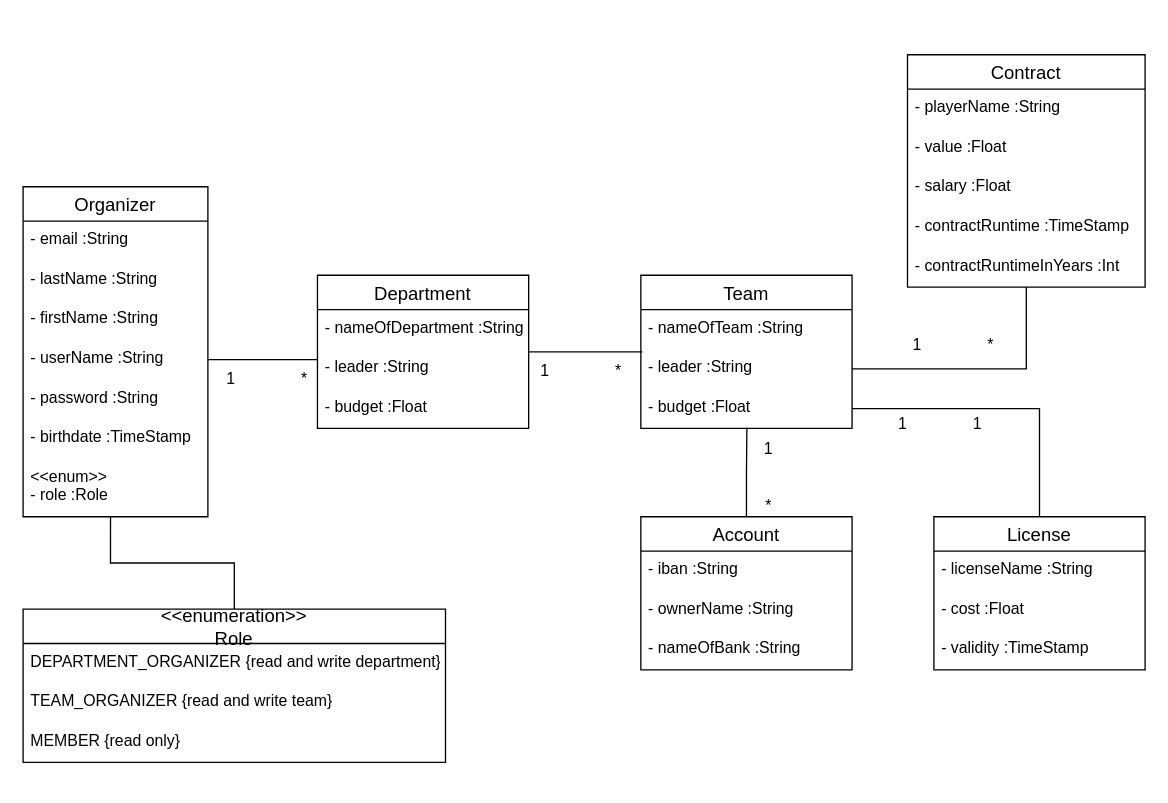
Earlier version of the draw.io diagram Documentation/Diagrams/domain_types.drawio (MJ7898/VereinsfinanzManager). Source tidied: cells renumbered, new cells numbered last; positions are measured from the earlier drawing's top-left corner, leaving out a move shared by most shapes. Both pictures are drawn from the tidied source at 132%, with x=0, y=0 at pixel (22, 54).
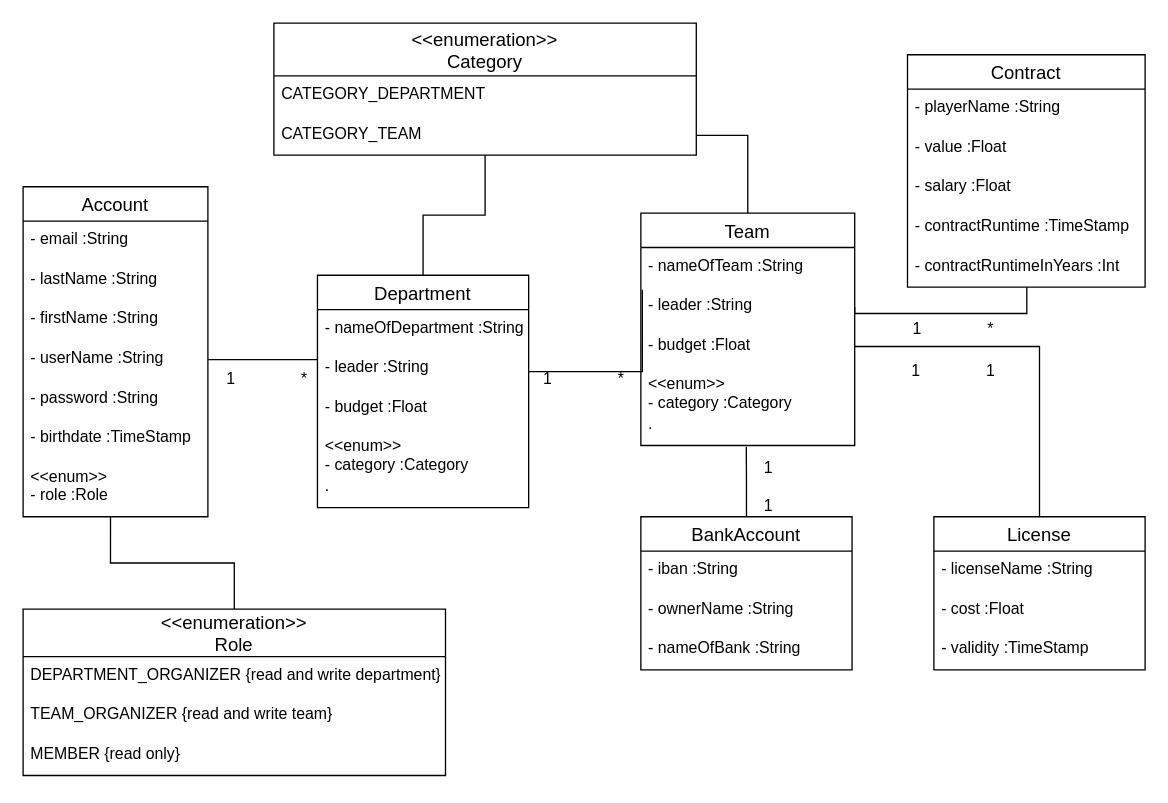
After the change.

Unchanged cells that the change refers to:
```xml
<mxCell id="25" value="Contract" style="swimlane;fontStyle=0;horizontal=1;startSize=26;align=center;fontSize=14;" parent="1" vertex="1">
  <mxGeometry x="670" width="180" height="176" as="geometry" />
</mxCell>
<mxCell id="30" value="- contractRuntimeInYears :Int" style="text;strokeColor=none;fillColor=none;spacingLeft=4;spacingRight=4;overflow=hidden;points=[[0,0.5],[1,0.5]];portConstraint=eastwest;fontSize=12;" parent="25" vertex="1">
  <mxGeometry y="146" width="180" height="30" as="geometry" />
</mxCell>
```

What changed in the source:
```diff
@@
-    <mxCell id="2" value="Organizer" style="swimlane;fontStyle=0;horizontal=1;startSize=26;align=center;fontSize=14;" parent="1" vertex="1">
+    <mxCell id="2" value="Account" style="swimlane;fontStyle=0;horizontal=1;startSize=26;align=center;fontSize=14;" parent="1" vertex="1">
       <mxGeometry y="100" width="140" height="250" as="geometry" />
     </mxCell>
@@
     <mxCell id="10" style="edgeStyle=orthogonalEdgeStyle;rounded=0;jettySize=auto;html=1;entryX=0.007;entryY=0.067;entryDx=0;entryDy=0;entryPerimeter=0;endArrow=none;endFill=0;" parent="1" edge="1" source="11" target="17">
-      <mxGeometry relative="1" as="geometry" />
+      <mxGeometry relative="1" as="geometry">
+        <Array as="points">
+          <mxPoint x="469" y="240" />
+        </Array>
+      </mxGeometry>
     </mxCell>
+    <mxCell id="47" style="edgeStyle=orthogonalEdgeStyle;rounded=0;jettySize=auto;html=1;entryX=0.5;entryY=1;entryDx=0;entryDy=0;endArrow=none;endFill=0;" parent="1" edge="1" source="11" target="53">
+      <mxGeometry relative="1" as="geometry" />
+    </mxCell>
     <mxCell id="11" value="Department" style="swimlane;fontStyle=0;horizontal=1;startSize=26;align=center;fontSize=14;" parent="1" vertex="1">
-      <mxGeometry x="223" y="167" width="160" height="116" as="geometry" />
+      <mxGeometry x="223" y="167" width="160" height="176" as="geometry" />
     </mxCell>
@@
+    <mxCell id="48" value="&lt;&lt;enum&gt;&gt;&#10;- category :Category" style="text;strokeColor=none;fillColor=none;spacingLeft=4;spacingRight=4;overflow=hidden;fontSize=12;" parent="11" vertex="1">
+      <mxGeometry y="116" width="160" height="30" as="geometry" />
+    </mxCell>
+    <mxCell id="49" value="." style="text;strokeColor=none;fillColor=none;spacingLeft=4;spacingRight=4;overflow=hidden;fontSize=12;" parent="11" vertex="1">
+      <mxGeometry y="146" width="160" height="30" as="geometry" />
+    </mxCell>
+    <mxCell id="50" style="edgeStyle=orthogonalEdgeStyle;rounded=0;jettySize=auto;html=1;entryX=1;entryY=0.5;entryDx=0;entryDy=0;endArrow=none;endFill=0;" parent="1" edge="1" source="15" target="55">
+      <mxGeometry relative="1" as="geometry" />
+    </mxCell>
     <mxCell id="15" value="Team" style="swimlane;fontStyle=0;horizontal=1;startSize=26;align=center;fontSize=14;" parent="1" vertex="1">
-      <mxGeometry x="468" y="167" width="160" height="116" as="geometry" />
+      <mxGeometry x="468" y="120" width="162" height="176" as="geometry" />
     </mxCell>
     <mxCell id="16" value="- nameOfTeam :String" style="text;strokeColor=none;fillColor=none;spacingLeft=4;spacingRight=4;overflow=hidden;fontSize=12;" parent="15" vertex="1">
-      <mxGeometry y="26" width="160" height="30" as="geometry" />
+      <mxGeometry y="26" width="162" height="30" as="geometry" />
     </mxCell>
     <mxCell id="17" value="- leader :String" style="text;strokeColor=none;fillColor=none;spacingLeft=4;spacingRight=4;overflow=hidden;points=[[0,0.5],[1,0.5]];portConstraint=eastwest;fontSize=12;" parent="15" vertex="1">
-      <mxGeometry y="56" width="160" height="30" as="geometry" />
+      <mxGeometry y="56" width="162" height="30" as="geometry" />
     </mxCell>
     <mxCell id="18" value="- budget :Float" style="text;strokeColor=none;fillColor=none;spacingLeft=4;spacingRight=4;overflow=hidden;points=[[0,0.5],[1,0.5]];portConstraint=eastwest;fontSize=12;" parent="15" vertex="1">
-      <mxGeometry y="86" width="160" height="30" as="geometry" />
+      <mxGeometry y="86" width="162" height="30" as="geometry" />
     </mxCell>
+    <mxCell id="51" value="&lt;&lt;enum&gt;&gt; &#10;- category :Category" style="text;strokeColor=none;fillColor=none;spacingLeft=4;spacingRight=4;overflow=hidden;fontSize=12;" parent="15" vertex="1">
+      <mxGeometry y="116" width="162" height="30" as="geometry" />
+    </mxCell>
+    <mxCell id="52" value="." style="text;strokeColor=none;fillColor=none;spacingLeft=4;spacingRight=4;overflow=hidden;points=[[0,0.5],[1,0.5]];portConstraint=eastwest;fontSize=12;" parent="15" vertex="1">
+      <mxGeometry y="146" width="162" height="30" as="geometry" />
+    </mxCell>
-    <mxCell id="19" style="edgeStyle=orthogonalEdgeStyle;rounded=0;jettySize=auto;html=1;entryX=0.502;entryY=0.983;entryDx=0;entryDy=0;entryPerimeter=0;endArrow=none;endFill=0;" parent="1" edge="1" source="20" target="18">
+    <mxCell id="19" style="edgeStyle=orthogonalEdgeStyle;rounded=0;jettySize=auto;html=1;endArrow=none;endFill=0;entryX=0.493;entryY=1.033;entryDx=0;entryDy=0;entryPerimeter=0;" parent="1" edge="1" source="20" target="52">
       <mxGeometry relative="1" as="geometry" />
     </mxCell>
-    <mxCell id="20" value="Account" style="swimlane;fontStyle=0;horizontal=1;startSize=26;align=center;fontSize=14;" parent="1" vertex="1">
+    <mxCell id="20" value="BankAccount" style="swimlane;fontStyle=0;horizontal=1;startSize=26;align=center;fontSize=14;" parent="1" vertex="1">
       <mxGeometry x="468" y="350" width="160" height="116" as="geometry" />
     </mxCell>
@@
-    <mxCell id="24" style="edgeStyle=orthogonalEdgeStyle;rounded=0;jettySize=auto;html=1;entryX=1;entryY=0.5;entryDx=0;entryDy=0;endArrow=none;endFill=0;" parent="1" edge="1" source="25" target="17">
-      <mxGeometry relative="1" as="geometry" />
+    <mxCell id="24" style="edgeStyle=orthogonalEdgeStyle;rounded=0;jettySize=auto;html=1;entryX=1;entryY=0.5;entryDx=0;entryDy=0;endArrow=none;endFill=0;exitX=0.502;exitY=1.006;exitDx=0;exitDy=0;exitPerimeter=0;" parent="1" edge="1" source="30" target="17">
+      <mxGeometry relative="1" as="geometry">
+        <Array as="points">
+          <mxPoint x="760" y="196" />
+          <mxPoint x="630" y="196" />
+        </Array>
+      </mxGeometry>
     </mxCell>
@@
-    <mxCell id="37" value="&lt;&lt;enumeration&gt;&gt;&#10;Role" style="swimlane;fontStyle=0;horizontal=1;startSize=26;align=center;fontSize=14;" parent="1" vertex="1">
-      <mxGeometry y="420" width="320" height="116" as="geometry" />
+    <mxCell id="37" value="&lt;&lt;enumeration&gt;&gt;&#10;Role" style="swimlane;fontStyle=0;horizontal=1;startSize=36;align=center;fontSize=14;" parent="1" vertex="1">
+      <mxGeometry y="420" width="320" height="126" as="geometry" />
     </mxCell>
     <mxCell id="38" value="DEPARTMENT_ORGANIZER {read and write department}" style="text;strokeColor=none;fillColor=none;spacingLeft=4;spacingRight=4;overflow=hidden;fontSize=12;" parent="37" vertex="1">
-      <mxGeometry y="26" width="320" height="30" as="geometry" />
+      <mxGeometry y="36" width="320" height="30" as="geometry" />
     </mxCell>
     <mxCell id="39" value="TEAM_ORGANIZER {read and write team}" style="text;strokeColor=none;fillColor=none;spacingLeft=4;spacingRight=4;overflow=hidden;fontSize=12;" parent="37" vertex="1">
-      <mxGeometry y="56" width="320" height="30" as="geometry" />
+      <mxGeometry y="66" width="320" height="30" as="geometry" />
     </mxCell>
     <mxCell id="40" value="MEMBER {read only}" style="text;strokeColor=none;fillColor=none;spacingLeft=4;spacingRight=4;overflow=hidden;fontSize=12;" parent="37" vertex="1">
-      <mxGeometry y="86" width="320" height="30" as="geometry" />
+      <mxGeometry y="96" width="320" height="30" as="geometry" />
     </mxCell>
@@
     <mxCell id="43" value="1&amp;nbsp; &amp;nbsp; &amp;nbsp; &amp;nbsp; &amp;nbsp; &amp;nbsp; &amp;nbsp; &amp;nbsp;*" style="text;html=1;strokeColor=none;fillColor=none;align=center;verticalAlign=middle;whiteSpace=wrap;rounded=0;" parent="1" vertex="1">
-      <mxGeometry x="388" y="230" width="70" height="20" as="geometry" />
+      <mxGeometry x="390" y="236" width="70" height="20" as="geometry" />
     </mxCell>
-    <mxCell id="44" value="1&lt;br&gt;&lt;br&gt;&lt;br&gt;*" style="text;html=1;strokeColor=none;fillColor=none;align=center;verticalAlign=middle;whiteSpace=wrap;rounded=0;" parent="1" vertex="1">
+    <mxCell id="44" value="&lt;br&gt;1&lt;br&gt;&lt;br&gt;1" style="text;html=1;strokeColor=none;fillColor=none;align=center;verticalAlign=middle;whiteSpace=wrap;rounded=0;" parent="1" vertex="1">
       <mxGeometry x="530" y="310" width="70" height="20" as="geometry" />
     </mxCell>
     <mxCell id="45" value="1&amp;nbsp; &amp;nbsp; &amp;nbsp; &amp;nbsp; &amp;nbsp; &amp;nbsp; &amp;nbsp; &amp;nbsp;*" style="text;html=1;strokeColor=none;fillColor=none;align=center;verticalAlign=middle;whiteSpace=wrap;rounded=0;" parent="1" vertex="1">
-      <mxGeometry x="670" y="210" width="70" height="20" as="geometry" />
+      <mxGeometry x="670" y="198" width="70" height="20" as="geometry" />
     </mxCell>
     <mxCell id="46" value="1&amp;nbsp; &amp;nbsp; &amp;nbsp; &amp;nbsp; &amp;nbsp; &amp;nbsp; &amp;nbsp; &amp;nbsp;1" style="text;html=1;strokeColor=none;fillColor=none;align=center;verticalAlign=middle;whiteSpace=wrap;rounded=0;" parent="1" vertex="1">
-      <mxGeometry x="660" y="270" width="70" height="20" as="geometry" />
+      <mxGeometry x="670" y="230" width="70" height="20" as="geometry" />
     </mxCell>
+    <mxCell id="53" value="&lt;&lt;enumeration&gt;&gt;&#10;Category" style="swimlane;fontStyle=0;horizontal=1;startSize=40;align=center;fontSize=14;" parent="1" vertex="1">
+      <mxGeometry x="190" y="-24" width="320" height="100" as="geometry" />
+    </mxCell>
+    <mxCell id="54" value="CATEGORY_DEPARTMENT" style="text;strokeColor=none;fillColor=none;spacingLeft=4;spacingRight=4;overflow=hidden;fontSize=12;" parent="53" vertex="1">
+      <mxGeometry y="40" width="320" height="30" as="geometry" />
+    </mxCell>
+    <mxCell id="55" value="CATEGORY_TEAM" style="text;strokeColor=none;fillColor=none;spacingLeft=4;spacingRight=4;overflow=hidden;points=[[0,0.5],[1,0.5]];portConstraint=eastwest;fontSize=12;" parent="53" vertex="1">
+      <mxGeometry y="70" width="320" height="30" as="geometry" />
+    </mxCell>
```
